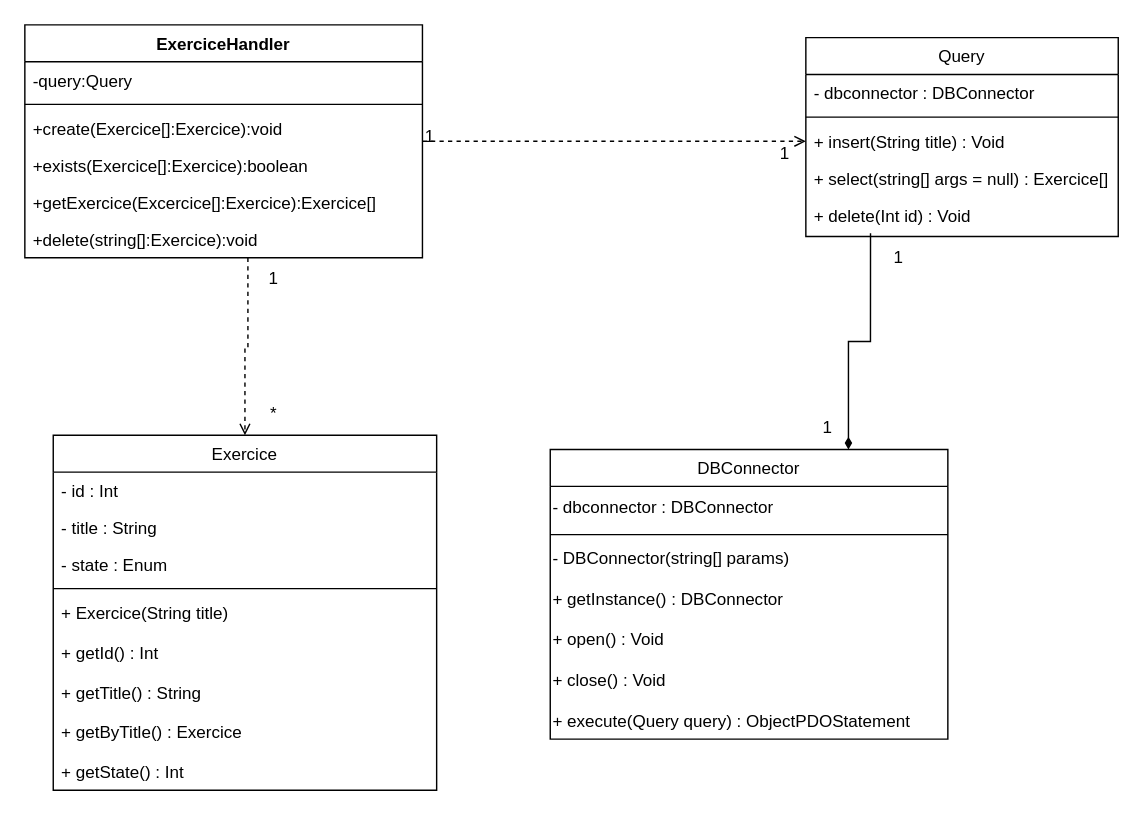
This is Documentation/DiagrammeClasse_JBD.drawio from CPNV-ES/MAW1.1-JLR-JBD, a draw.io file, before an edit. Source tidied: cells renumbered, new cells numbered last; positions are measured from the earlier drawing's top-left corner, leaving out a move shared by most shapes. Both pictures are drawn from the tidied source at 142%, with x=0, y=0 at pixel (24, 24).
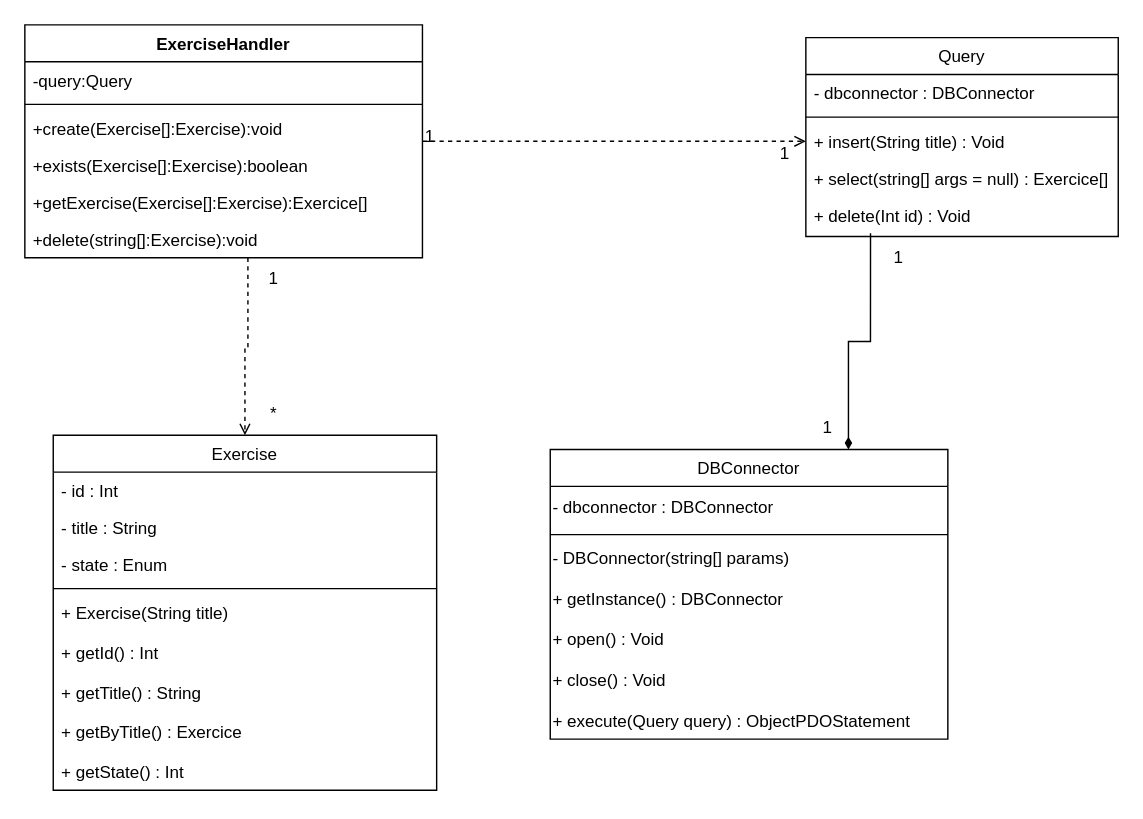
After the change.

Diff of the diagram source:
```diff
@@
-    <mxCell id="2" value="Exercice" style="swimlane;fontStyle=0;align=center;verticalAlign=top;horizontal=1;startSize=26;rounded=0;shadow=0;strokeWidth=1;" parent="1" vertex="1">
+    <mxCell id="2" value="Exercise" style="swimlane;fontStyle=0;align=center;verticalAlign=top;horizontal=1;startSize=26;rounded=0;shadow=0;strokeWidth=1;" parent="1" vertex="1">
       <mxGeometry x="20" y="289" width="270" height="250" as="geometry" />
     </mxCell>
@@
-    <mxCell id="7" value="+ Exercice(String title) &#10;&#10;+ getId() : Int&#10;&#10;+ getTitle() : String&#10;&#10;+ getByTitle() : Exercice&#10;&#10;+ getState() : Int &#10;&#10;&#10;" style="text;align=left;verticalAlign=top;spacingLeft=4;spacingRight=4;overflow=hidden;" parent="2" vertex="1">
+    <mxCell id="7" value="+ Exercise(String title) &#10;&#10;+ getId() : Int&#10;&#10;+ getTitle() : String&#10;&#10;+ getByTitle() : Exercice&#10;&#10;+ getState() : Int &#10;&#10;&#10;" style="text;align=left;verticalAlign=top;spacingLeft=4;spacingRight=4;overflow=hidden;" parent="2" vertex="1">
       <mxGeometry y="112" width="270" height="138" as="geometry" />
     </mxCell>
@@
-    <mxCell id="24" value="ExerciceHandler" style="swimlane;fontStyle=1;align=center;verticalAlign=top;horizontal=1;startSize=26;" parent="1" vertex="1">
+    <mxCell id="24" value="ExerciseHandler" style="swimlane;fontStyle=1;align=center;verticalAlign=top;horizontal=1;startSize=26;" parent="1" vertex="1">
       <mxGeometry width="280" height="164" as="geometry" />
     </mxCell>
@@
-    <mxCell id="27" value="+create(Exercice[]:Exercice):void" style="text;strokeColor=none;fillColor=none;align=left;verticalAlign=top;spacingLeft=4;spacingRight=4;overflow=hidden;" parent="24" vertex="1">
+    <mxCell id="27" value="+create(Exercise[]:Exercise):void" style="text;strokeColor=none;fillColor=none;align=left;verticalAlign=top;spacingLeft=4;spacingRight=4;overflow=hidden;" parent="24" vertex="1">
       <mxGeometry y="60" width="280" height="26" as="geometry" />
     </mxCell>
-    <mxCell id="28" value="+exists(Exercice[]:Exercice):boolean" style="text;strokeColor=none;fillColor=none;align=left;verticalAlign=top;spacingLeft=4;spacingRight=4;overflow=hidden;" parent="24" vertex="1">
+    <mxCell id="28" value="+exists(Exercise[]:Exercise):boolean" style="text;strokeColor=none;fillColor=none;align=left;verticalAlign=top;spacingLeft=4;spacingRight=4;overflow=hidden;" parent="24" vertex="1">
       <mxGeometry y="86" width="280" height="26" as="geometry" />
     </mxCell>
-    <mxCell id="29" value="+getExercice(Excercice[]:Exercice):Exercice[]" style="text;strokeColor=none;fillColor=none;align=left;verticalAlign=top;spacingLeft=4;spacingRight=4;overflow=hidden;" parent="24" vertex="1">
+    <mxCell id="29" value="+getExercise(Exercise[]:Exercise):Exercice[]" style="text;strokeColor=none;fillColor=none;align=left;verticalAlign=top;spacingLeft=4;spacingRight=4;overflow=hidden;" parent="24" vertex="1">
       <mxGeometry y="112" width="280" height="26" as="geometry" />
     </mxCell>
-    <mxCell id="30" value="+delete(string[]:Exercice):void" style="text;strokeColor=none;fillColor=none;align=left;verticalAlign=top;spacingLeft=4;spacingRight=4;overflow=hidden;points=[[0,0.5],[1,0.5]];portConstraint=eastwest;" parent="24" vertex="1">
+    <mxCell id="30" value="+delete(string[]:Exercise):void" style="text;strokeColor=none;fillColor=none;align=left;verticalAlign=top;spacingLeft=4;spacingRight=4;overflow=hidden;points=[[0,0.5],[1,0.5]];portConstraint=eastwest;" parent="24" vertex="1">
       <mxGeometry y="138" width="280" height="26" as="geometry" />
     </mxCell>
```
